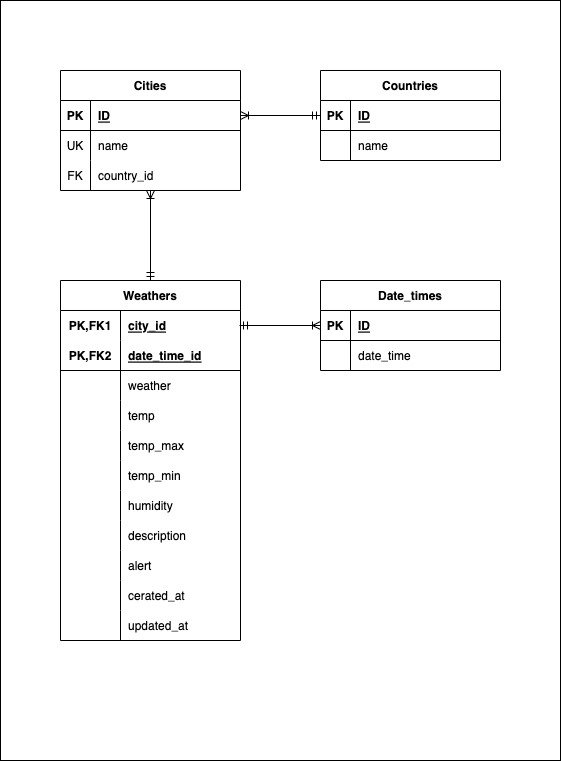
Before: documents/er.png, a diagram exported from draw.io (ytR8220/travel-weather). Source tidied: cells renumbered, new cells last; positions are measured from the earlier drawing's top-left corner, leaving out a move shared by most shapes. Source of this version:
```xml
<mxGraphModel>
  <root>
    <mxCell id="0" />
    <mxCell id="1" parent="0" />
    <mxCell id="2" style="rounded=0;whiteSpace=wrap;html=1;" parent="1" vertex="1">
      <mxGeometry width="560" height="760" as="geometry" />
    </mxCell>
    <mxCell id="3" value="Cities" style="shape=table;startSize=30;rowLines=0;fontStyle=1;align=center;" parent="1" vertex="1">
      <mxGeometry x="60" y="70" width="180" height="120" as="geometry" />
    </mxCell>
    <mxCell id="4" style="shape=tableRow;horizontal=0;startSize=0;swimlaneHead=0;swimlaneBody=0;fillColor=none;points=[[0,0.5],[1,0.5]];portConstraint=eastwest;top=0;left=0;right=0;bottom=1;" parent="3" vertex="1">
      <mxGeometry y="30" width="180" height="30" as="geometry" />
    </mxCell>
    <mxCell id="5" value="PK" style="shape=partialRectangle;fillColor=none;top=0;left=0;bottom=0;right=0;fontStyle=1;overflow=hidden;" parent="4" vertex="1">
      <mxGeometry width="30" height="30" as="geometry" />
    </mxCell>
    <mxCell id="6" value="ID" style="shape=partialRectangle;fillColor=none;top=0;left=0;bottom=0;right=0;align=left;spacingLeft=6;fontStyle=5;overflow=hidden;" parent="4" vertex="1">
      <mxGeometry x="30" width="150" height="30" as="geometry" />
    </mxCell>
    <mxCell id="7" style="shape=tableRow;horizontal=0;startSize=0;swimlaneHead=0;swimlaneBody=0;fillColor=none;top=0;left=0;right=0;bottom=0;" parent="3" vertex="1">
      <mxGeometry y="60" width="180" height="30" as="geometry" />
    </mxCell>
    <mxCell id="8" value="UK" style="shape=partialRectangle;fillColor=none;top=0;left=0;bottom=0;right=0;overflow=hidden;" parent="7" vertex="1">
      <mxGeometry width="30" height="30" as="geometry" />
    </mxCell>
    <mxCell id="9" value="name" style="shape=partialRectangle;fillColor=none;top=0;left=0;bottom=0;right=0;align=left;spacingLeft=6;overflow=hidden;" parent="7" vertex="1">
      <mxGeometry x="30" width="150" height="30" as="geometry" />
    </mxCell>
    <mxCell id="10" style="shape=tableRow;horizontal=0;startSize=0;swimlaneHead=0;swimlaneBody=0;fillColor=none;top=0;left=0;right=0;bottom=0;" parent="3" vertex="1">
      <mxGeometry y="90" width="180" height="30" as="geometry" />
    </mxCell>
    <mxCell id="11" value="FK" style="shape=partialRectangle;fillColor=none;top=0;left=0;bottom=0;right=0;overflow=hidden;" parent="10" vertex="1">
      <mxGeometry width="30" height="30" as="geometry" />
    </mxCell>
    <mxCell id="12" value="country_id" style="shape=partialRectangle;fillColor=none;top=0;left=0;bottom=0;right=0;align=left;spacingLeft=6;overflow=hidden;" parent="10" vertex="1">
      <mxGeometry x="30" width="150" height="30" as="geometry" />
    </mxCell>
    <mxCell id="13" style="fontSize=12;html=1;endArrow=ERoneToMany;startArrow=ERmandOne;" parent="1" edge="1">
      <mxGeometry relative="1" as="geometry">
        <mxPoint x="150" y="280" as="sourcePoint" />
        <mxPoint x="150" y="190" as="targetPoint" />
      </mxGeometry>
    </mxCell>
    <mxCell id="14" value="Weathers" style="shape=table;startSize=30;rowLines=0;fontStyle=1;align=center;" parent="1" vertex="1">
      <mxGeometry x="60" y="280" width="180" height="360" as="geometry" />
    </mxCell>
    <mxCell id="15" style="shape=tableRow;horizontal=0;startSize=0;swimlaneHead=0;swimlaneBody=0;fillColor=none;top=0;left=0;right=0;bottom=0;" parent="14" vertex="1">
      <mxGeometry y="30" width="180" height="30" as="geometry" />
    </mxCell>
    <mxCell id="16" value="PK,FK1" style="shape=partialRectangle;fillColor=none;top=0;left=0;bottom=0;right=0;fontStyle=1;overflow=hidden;" parent="15" vertex="1">
      <mxGeometry width="60" height="30" as="geometry" />
    </mxCell>
    <mxCell id="17" value="city_id" style="shape=partialRectangle;fillColor=none;top=0;left=0;bottom=0;right=0;align=left;spacingLeft=6;fontStyle=5;overflow=hidden;" parent="15" vertex="1">
      <mxGeometry x="60" width="120" height="30" as="geometry" />
    </mxCell>
    <mxCell id="18" style="shape=tableRow;horizontal=0;startSize=0;swimlaneHead=0;swimlaneBody=0;fillColor=none;top=0;left=0;right=0;bottom=1;" parent="14" vertex="1">
      <mxGeometry y="60" width="180" height="30" as="geometry" />
    </mxCell>
    <mxCell id="19" value="PK,FK2" style="shape=partialRectangle;fillColor=none;top=0;left=0;bottom=0;right=0;fontStyle=1;overflow=hidden;" parent="18" vertex="1">
      <mxGeometry width="60" height="30" as="geometry" />
    </mxCell>
    <mxCell id="20" value="date_time_id" style="shape=partialRectangle;fillColor=none;top=0;left=0;bottom=0;right=0;align=left;spacingLeft=6;fontStyle=5;overflow=hidden;" parent="18" vertex="1">
      <mxGeometry x="60" width="120" height="30" as="geometry" />
    </mxCell>
    <mxCell id="21" style="shape=tableRow;horizontal=0;startSize=0;swimlaneHead=0;swimlaneBody=0;fillColor=none;top=0;left=0;right=0;bottom=0;" parent="14" vertex="1">
      <mxGeometry y="90" width="180" height="30" as="geometry" />
    </mxCell>
    <mxCell id="22" style="shape=partialRectangle;fillColor=none;top=0;left=0;bottom=0;right=0;overflow=hidden;" parent="21" vertex="1">
      <mxGeometry width="60" height="30" as="geometry" />
    </mxCell>
    <mxCell id="23" value="weather" style="shape=partialRectangle;fillColor=none;top=0;left=0;bottom=0;right=0;align=left;spacingLeft=6;overflow=hidden;" parent="21" vertex="1">
      <mxGeometry x="60" width="120" height="30" as="geometry" />
    </mxCell>
    <mxCell id="24" style="shape=tableRow;horizontal=0;startSize=0;swimlaneHead=0;swimlaneBody=0;fillColor=none;top=0;left=0;right=0;bottom=0;" parent="14" vertex="1">
      <mxGeometry y="120" width="180" height="30" as="geometry" />
    </mxCell>
    <mxCell id="25" style="shape=partialRectangle;fillColor=none;top=0;left=0;bottom=0;right=0;overflow=hidden;" parent="24" vertex="1">
      <mxGeometry width="60" height="30" as="geometry" />
    </mxCell>
    <mxCell id="26" value="temp" style="shape=partialRectangle;fillColor=none;top=0;left=0;bottom=0;right=0;align=left;spacingLeft=6;overflow=hidden;" parent="24" vertex="1">
      <mxGeometry x="60" width="120" height="30" as="geometry" />
    </mxCell>
    <mxCell id="27" style="shape=tableRow;horizontal=0;startSize=0;swimlaneHead=0;swimlaneBody=0;fillColor=none;top=0;left=0;right=0;bottom=0;" parent="14" vertex="1">
      <mxGeometry y="150" width="180" height="30" as="geometry" />
    </mxCell>
    <mxCell id="28" style="shape=partialRectangle;fillColor=none;top=0;left=0;bottom=0;right=0;overflow=hidden;" parent="27" vertex="1">
      <mxGeometry width="60" height="30" as="geometry" />
    </mxCell>
    <mxCell id="29" value="temp_max" style="shape=partialRectangle;fillColor=none;top=0;left=0;bottom=0;right=0;align=left;spacingLeft=6;overflow=hidden;" parent="27" vertex="1">
      <mxGeometry x="60" width="120" height="30" as="geometry" />
    </mxCell>
    <mxCell id="30" style="shape=tableRow;horizontal=0;startSize=0;swimlaneHead=0;swimlaneBody=0;fillColor=none;top=0;left=0;right=0;bottom=0;" parent="14" vertex="1">
      <mxGeometry y="180" width="180" height="30" as="geometry" />
    </mxCell>
    <mxCell id="31" style="shape=partialRectangle;fillColor=none;top=0;left=0;bottom=0;right=0;overflow=hidden;" parent="30" vertex="1">
      <mxGeometry width="60" height="30" as="geometry" />
    </mxCell>
    <mxCell id="32" value="temp_min" style="shape=partialRectangle;fillColor=none;top=0;left=0;bottom=0;right=0;align=left;spacingLeft=6;overflow=hidden;" parent="30" vertex="1">
      <mxGeometry x="60" width="120" height="30" as="geometry" />
    </mxCell>
    <mxCell id="33" style="shape=tableRow;horizontal=0;startSize=0;swimlaneHead=0;swimlaneBody=0;fillColor=none;top=0;left=0;right=0;bottom=0;" parent="14" vertex="1">
      <mxGeometry y="210" width="180" height="30" as="geometry" />
    </mxCell>
    <mxCell id="34" style="shape=partialRectangle;fillColor=none;top=0;left=0;bottom=0;right=0;overflow=hidden;" parent="33" vertex="1">
      <mxGeometry width="60" height="30" as="geometry" />
    </mxCell>
    <mxCell id="35" value="humidity" style="shape=partialRectangle;fillColor=none;top=0;left=0;bottom=0;right=0;align=left;spacingLeft=6;overflow=hidden;" parent="33" vertex="1">
      <mxGeometry x="60" width="120" height="30" as="geometry" />
    </mxCell>
    <mxCell id="36" style="shape=tableRow;horizontal=0;startSize=0;swimlaneHead=0;swimlaneBody=0;fillColor=none;top=0;left=0;right=0;bottom=0;" parent="14" vertex="1">
      <mxGeometry y="240" width="180" height="30" as="geometry" />
    </mxCell>
    <mxCell id="37" style="shape=partialRectangle;fillColor=none;top=0;left=0;bottom=0;right=0;overflow=hidden;" parent="36" vertex="1">
      <mxGeometry width="60" height="30" as="geometry" />
    </mxCell>
    <mxCell id="38" value="description" style="shape=partialRectangle;fillColor=none;top=0;left=0;bottom=0;right=0;align=left;spacingLeft=6;overflow=hidden;" parent="36" vertex="1">
      <mxGeometry x="60" width="120" height="30" as="geometry" />
    </mxCell>
    <mxCell id="39" style="shape=tableRow;horizontal=0;startSize=0;swimlaneHead=0;swimlaneBody=0;fillColor=none;top=0;left=0;right=0;bottom=0;" parent="14" vertex="1">
      <mxGeometry y="270" width="180" height="30" as="geometry" />
    </mxCell>
    <mxCell id="40" style="shape=partialRectangle;fillColor=none;top=0;left=0;bottom=0;right=0;overflow=hidden;" parent="39" vertex="1">
      <mxGeometry width="60" height="30" as="geometry" />
    </mxCell>
    <mxCell id="41" value="alert" style="shape=partialRectangle;fillColor=none;top=0;left=0;bottom=0;right=0;align=left;spacingLeft=6;overflow=hidden;" parent="39" vertex="1">
      <mxGeometry x="60" width="120" height="30" as="geometry" />
    </mxCell>
    <mxCell id="42" style="shape=tableRow;horizontal=0;startSize=0;swimlaneHead=0;swimlaneBody=0;fillColor=none;top=0;left=0;right=0;bottom=0;" parent="14" vertex="1">
      <mxGeometry y="300" width="180" height="30" as="geometry" />
    </mxCell>
    <mxCell id="43" style="shape=partialRectangle;fillColor=none;top=0;left=0;bottom=0;right=0;overflow=hidden;" parent="42" vertex="1">
      <mxGeometry width="60" height="30" as="geometry" />
    </mxCell>
    <mxCell id="44" value="cerated_at" style="shape=partialRectangle;fillColor=none;top=0;left=0;bottom=0;right=0;align=left;spacingLeft=6;overflow=hidden;" parent="42" vertex="1">
      <mxGeometry x="60" width="120" height="30" as="geometry" />
    </mxCell>
    <mxCell id="45" style="shape=tableRow;horizontal=0;startSize=0;swimlaneHead=0;swimlaneBody=0;fillColor=none;top=0;left=0;right=0;bottom=0;" parent="14" vertex="1">
      <mxGeometry y="330" width="180" height="30" as="geometry" />
    </mxCell>
    <mxCell id="46" style="shape=partialRectangle;fillColor=none;top=0;left=0;bottom=0;right=0;overflow=hidden;" parent="45" vertex="1">
      <mxGeometry width="60" height="30" as="geometry" />
    </mxCell>
    <mxCell id="47" value="updated_at" style="shape=partialRectangle;fillColor=none;top=0;left=0;bottom=0;right=0;align=left;spacingLeft=6;overflow=hidden;" parent="45" vertex="1">
      <mxGeometry x="60" width="120" height="30" as="geometry" />
    </mxCell>
    <mxCell id="48" value="Date_times" style="shape=table;startSize=30;rowLines=0;fontStyle=1;align=center;" parent="1" vertex="1">
      <mxGeometry x="320" y="280" width="180" height="90" as="geometry" />
    </mxCell>
    <mxCell id="49" style="shape=tableRow;horizontal=0;startSize=0;swimlaneHead=0;swimlaneBody=0;fillColor=none;points=[[0,0.5],[1,0.5]];portConstraint=eastwest;top=0;left=0;right=0;bottom=1;" parent="48" vertex="1">
      <mxGeometry y="30" width="180" height="30" as="geometry" />
    </mxCell>
    <mxCell id="50" value="PK" style="shape=partialRectangle;fillColor=none;top=0;left=0;bottom=0;right=0;fontStyle=1;overflow=hidden;" parent="49" vertex="1">
      <mxGeometry width="30" height="30" as="geometry" />
    </mxCell>
    <mxCell id="51" value="ID" style="shape=partialRectangle;fillColor=none;top=0;left=0;bottom=0;right=0;align=left;spacingLeft=6;fontStyle=5;overflow=hidden;" parent="49" vertex="1">
      <mxGeometry x="30" width="150" height="30" as="geometry" />
    </mxCell>
    <mxCell id="52" style="shape=tableRow;horizontal=0;startSize=0;swimlaneHead=0;swimlaneBody=0;fillColor=none;top=0;left=0;right=0;bottom=0;" parent="48" vertex="1">
      <mxGeometry y="60" width="180" height="30" as="geometry" />
    </mxCell>
    <mxCell id="53" style="shape=partialRectangle;fillColor=none;top=0;left=0;bottom=0;right=0;overflow=hidden;" parent="52" vertex="1">
      <mxGeometry width="30" height="30" as="geometry" />
    </mxCell>
    <mxCell id="54" value="date_time" style="shape=partialRectangle;fillColor=none;top=0;left=0;bottom=0;right=0;align=left;spacingLeft=6;overflow=hidden;" parent="52" vertex="1">
      <mxGeometry x="30" width="150" height="30" as="geometry" />
    </mxCell>
    <mxCell id="55" value="Countries" style="shape=table;startSize=30;rowLines=0;fontStyle=1;align=center;" parent="1" vertex="1">
      <mxGeometry x="320" y="70" width="180" height="90" as="geometry" />
    </mxCell>
    <mxCell id="56" style="shape=tableRow;horizontal=0;startSize=0;swimlaneHead=0;swimlaneBody=0;fillColor=none;top=0;left=0;right=0;bottom=1;" parent="55" vertex="1">
      <mxGeometry y="30" width="180" height="30" as="geometry" />
    </mxCell>
    <mxCell id="57" value="PK" style="shape=partialRectangle;fillColor=none;top=0;left=0;bottom=0;right=0;fontStyle=1;overflow=hidden;" parent="56" vertex="1">
      <mxGeometry width="30" height="30" as="geometry" />
    </mxCell>
    <mxCell id="58" value="ID" style="shape=partialRectangle;fillColor=none;top=0;left=0;bottom=0;right=0;align=left;spacingLeft=6;fontStyle=5;overflow=hidden;" parent="56" vertex="1">
      <mxGeometry x="30" width="150" height="30" as="geometry" />
    </mxCell>
    <mxCell id="59" style="shape=tableRow;horizontal=0;startSize=0;swimlaneHead=0;swimlaneBody=0;fillColor=none;top=0;left=0;right=0;bottom=0;" parent="55" vertex="1">
      <mxGeometry y="60" width="180" height="30" as="geometry" />
    </mxCell>
    <mxCell id="60" style="shape=partialRectangle;fillColor=none;top=0;left=0;bottom=0;right=0;overflow=hidden;" parent="59" vertex="1">
      <mxGeometry width="30" height="30" as="geometry" />
    </mxCell>
    <mxCell id="61" value="name" style="shape=partialRectangle;fillColor=none;top=0;left=0;bottom=0;right=0;align=left;spacingLeft=6;overflow=hidden;" parent="59" vertex="1">
      <mxGeometry x="30" width="150" height="30" as="geometry" />
    </mxCell>
    <mxCell id="62" style="fontSize=12;html=1;endArrow=ERoneToMany;startArrow=ERmandOne;entryX=1;entryY=0.5;entryDx=0;entryDy=0;" parent="1" edge="1" source="55" target="4">
      <mxGeometry relative="1" as="geometry" />
    </mxCell>
    <mxCell id="63" style="fontSize=12;html=1;endArrow=ERoneToMany;startArrow=ERmandOne;" parent="1" edge="1" target="49">
      <mxGeometry relative="1" as="geometry">
        <mxPoint x="239" y="325" as="sourcePoint" />
      </mxGeometry>
    </mxCell>
  </root>
</mxGraphModel>
```
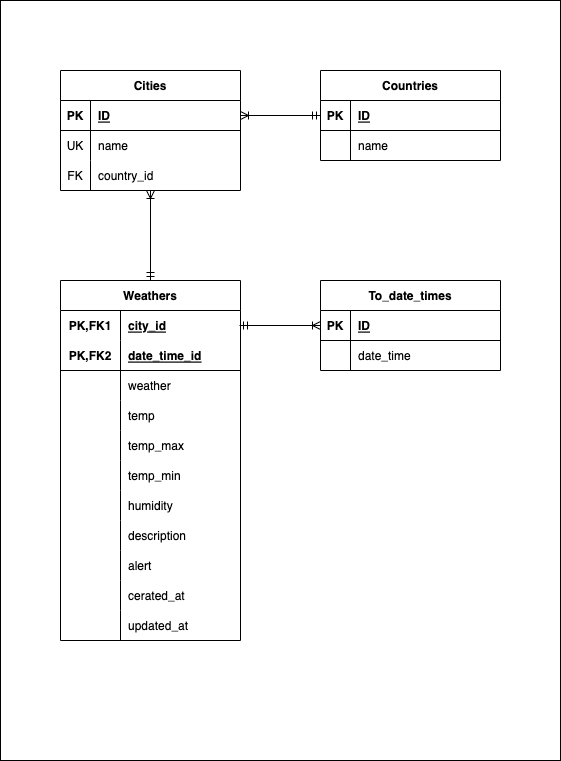
After the change.

Change to the diagram source:
```diff
@@ -143,7 +143,7 @@
     <mxCell id="47" value="updated_at" style="shape=partialRectangle;fillColor=none;top=0;left=0;bottom=0;right=0;align=left;spacingLeft=6;overflow=hidden;" parent="45" vertex="1">
       <mxGeometry x="60" width="120" height="30" as="geometry" />
     </mxCell>
-    <mxCell id="48" value="Date_times" style="shape=table;startSize=30;rowLines=0;fontStyle=1;align=center;" parent="1" vertex="1">
+    <mxCell id="48" value="To_date_times" style="shape=table;startSize=30;rowLines=0;fontStyle=1;align=center;" parent="1" vertex="1">
       <mxGeometry x="320" y="280" width="180" height="90" as="geometry" />
     </mxCell>
     <mxCell id="49" style="shape=tableRow;horizontal=0;startSize=0;swimlaneHead=0;swimlaneBody=0;fillColor=none;points=[[0,0.5],[1,0.5]];portConstraint=eastwest;top=0;left=0;right=0;bottom=1;" parent="48" vertex="1">
```
